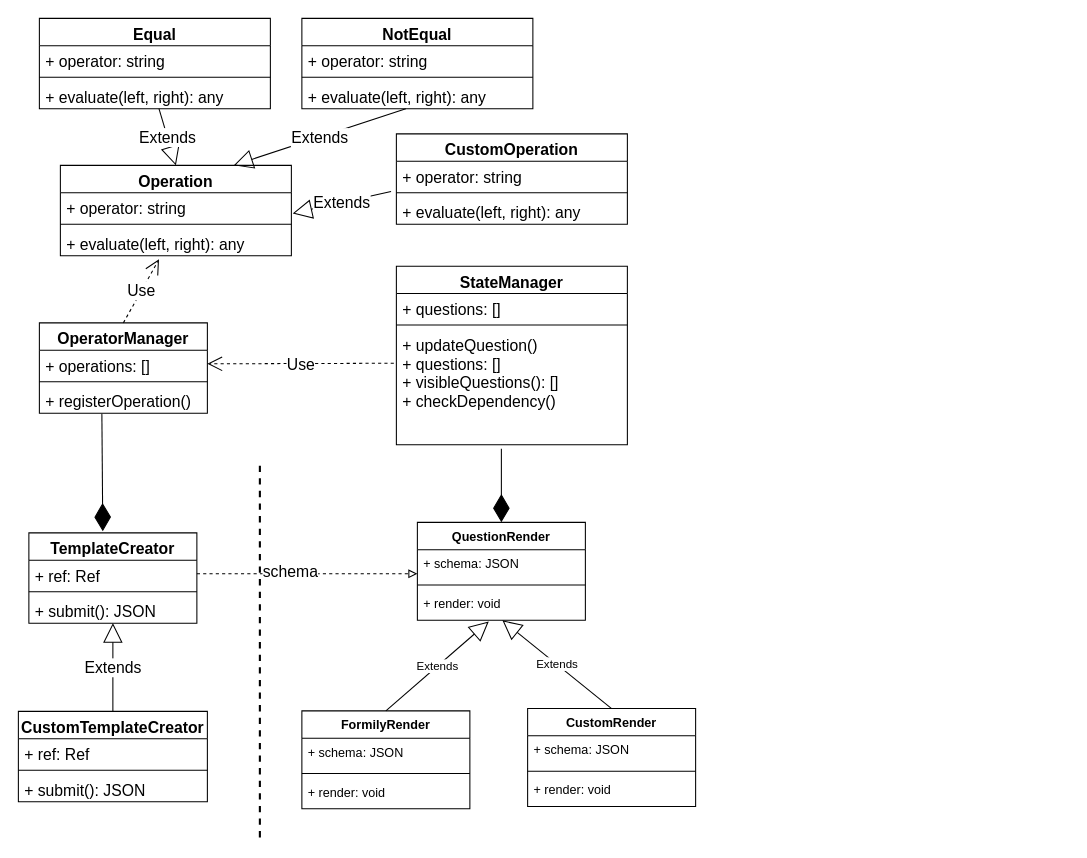
Earlier version of the draw.io diagram Questionnaire.drawio (shuangquanhuang/drawio). Source tidied: cells renumbered, new cells numbered last; positions are measured from the earlier drawing's top-left corner, leaving out a move shared by most shapes. Both pictures are drawn from the tidied source at 105%, with x=0, y=0 at pixel (18, 18).
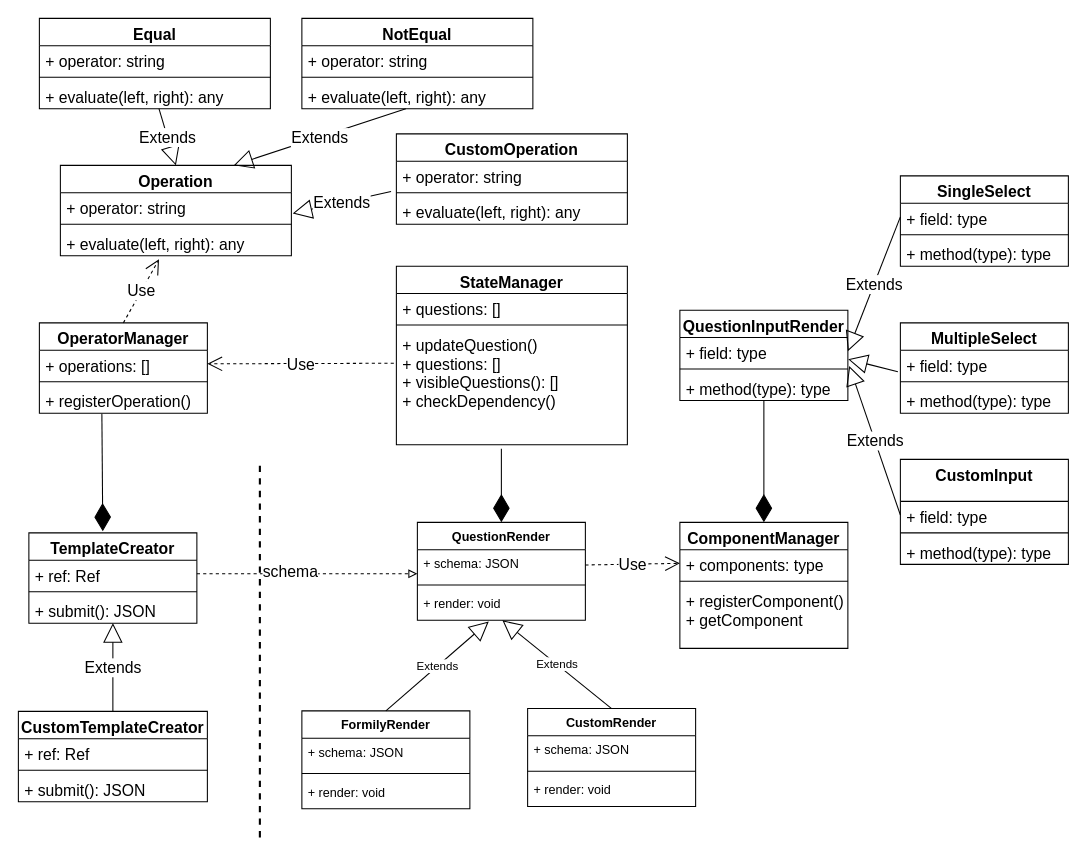
Above is the later version.

The change refers to these unchanged cells:
```xml
<mxCell id="5" value="+ schema: JSON" style="text;strokeColor=none;fillColor=none;align=left;verticalAlign=top;spacingLeft=4;spacingRight=4;overflow=hidden;points=[[0,0.5],[1,0.5]];portConstraint=eastwest;" parent="4" vertex="1">
  <mxGeometry y="26" width="160" height="29.2" as="geometry" />
</mxCell>
```

Change to the diagram source:
```diff
@@
+    <mxCell id="60" value="ComponentManager" style="swimlane;fontStyle=1;align=center;verticalAlign=top;horizontal=1;startSize=26;fontSize=15;" parent="1" vertex="1">
+      <mxGeometry x="630" y="480" width="160" height="120" as="geometry" />
+    </mxCell>
+    <mxCell id="61" value="+ components: type" style="text;strokeColor=none;fillColor=none;align=left;verticalAlign=top;spacingLeft=4;spacingRight=4;overflow=hidden;points=[[0,0.5],[1,0.5]];portConstraint=eastwest;fontSize=15;" parent="60" vertex="1">
+      <mxGeometry y="26" width="160" height="26" as="geometry" />
+    </mxCell>
+    <mxCell id="62" style="line;strokeWidth=1;fillColor=none;align=left;verticalAlign=middle;spacingTop=-1;spacingLeft=3;spacingRight=3;labelPosition=right;fontSize=15;" parent="60" vertex="1">
+      <mxGeometry y="52" width="160" height="8" as="geometry" />
+    </mxCell>
+    <mxCell id="63" value="+ registerComponent()&#10;+ getComponent" style="text;strokeColor=none;fillColor=none;align=left;verticalAlign=top;spacingLeft=4;spacingRight=4;overflow=hidden;fontSize=15;" parent="60" vertex="1">
+      <mxGeometry y="60" width="160" height="60" as="geometry" />
+    </mxCell>
+    <mxCell id="64" value="Use" style="endArrow=open;endSize=12;dashed=1;html=1;rounded=0;fontSize=15;exitX=1;exitY=0.5;exitDx=0;exitDy=0;entryX=0;entryY=0.5;entryDx=0;entryDy=0;" parent="1" edge="1" source="5" target="61">
+      <mxGeometry relative="1" as="geometry" />
+    </mxCell>
+    <mxCell id="65" value="SingleSelect" style="swimlane;fontStyle=1;align=center;verticalAlign=top;horizontal=1;startSize=26;fontSize=15;" parent="1" vertex="1">
+      <mxGeometry x="840" y="150" width="160" height="86" as="geometry" />
+    </mxCell>
+    <mxCell id="66" value="+ field: type" style="text;strokeColor=none;fillColor=none;align=left;verticalAlign=top;spacingLeft=4;spacingRight=4;overflow=hidden;points=[[0,0.5],[1,0.5]];portConstraint=eastwest;fontSize=15;" parent="65" vertex="1">
+      <mxGeometry y="26" width="160" height="26" as="geometry" />
+    </mxCell>
+    <mxCell id="67" style="line;strokeWidth=1;fillColor=none;align=left;verticalAlign=middle;spacingTop=-1;spacingLeft=3;spacingRight=3;labelPosition=right;fontSize=15;" parent="65" vertex="1">
+      <mxGeometry y="52" width="160" height="8" as="geometry" />
+    </mxCell>
+    <mxCell id="68" value="+ method(type): type" style="text;strokeColor=none;fillColor=none;align=left;verticalAlign=top;spacingLeft=4;spacingRight=4;overflow=hidden;fontSize=15;" parent="65" vertex="1">
+      <mxGeometry y="60" width="160" height="26" as="geometry" />
+    </mxCell>
+    <mxCell id="69" value="MultipleSelect" style="swimlane;fontStyle=1;align=center;verticalAlign=top;horizontal=1;startSize=26;fontSize=15;" parent="1" vertex="1">
+      <mxGeometry x="840" y="290" width="160" height="86" as="geometry" />
+    </mxCell>
+    <mxCell id="70" value="+ field: type" style="text;strokeColor=none;fillColor=none;align=left;verticalAlign=top;spacingLeft=4;spacingRight=4;overflow=hidden;points=[[0,0.5],[1,0.5]];portConstraint=eastwest;fontSize=15;" parent="69" vertex="1">
+      <mxGeometry y="26" width="160" height="26" as="geometry" />
+    </mxCell>
+    <mxCell id="71" style="line;strokeWidth=1;fillColor=none;align=left;verticalAlign=middle;spacingTop=-1;spacingLeft=3;spacingRight=3;labelPosition=right;fontSize=15;" parent="69" vertex="1">
+      <mxGeometry y="52" width="160" height="8" as="geometry" />
+    </mxCell>
+    <mxCell id="72" value="+ method(type): type" style="text;strokeColor=none;fillColor=none;align=left;verticalAlign=top;spacingLeft=4;spacingRight=4;overflow=hidden;fontSize=15;" parent="69" vertex="1">
+      <mxGeometry y="60" width="160" height="26" as="geometry" />
+    </mxCell>
+    <mxCell id="73" value="CustomInput" style="swimlane;fontStyle=1;align=center;verticalAlign=top;horizontal=1;startSize=40;fontSize=15;" parent="1" vertex="1">
+      <mxGeometry x="840" y="420" width="160" height="100" as="geometry" />
+    </mxCell>
+    <mxCell id="74" value="+ field: type" style="text;strokeColor=none;fillColor=none;align=left;verticalAlign=top;spacingLeft=4;spacingRight=4;overflow=hidden;points=[[0,0.5],[1,0.5]];portConstraint=eastwest;fontSize=15;" parent="73" vertex="1">
+      <mxGeometry y="40" width="160" height="26" as="geometry" />
+    </mxCell>
+    <mxCell id="75" style="line;strokeWidth=1;fillColor=none;align=left;verticalAlign=middle;spacingTop=-1;spacingLeft=3;spacingRight=3;labelPosition=right;fontSize=15;" parent="73" vertex="1">
+      <mxGeometry y="66" width="160" height="8" as="geometry" />
+    </mxCell>
+    <mxCell id="76" value="+ method(type): type" style="text;strokeColor=none;fillColor=none;align=left;verticalAlign=top;spacingLeft=4;spacingRight=4;overflow=hidden;fontSize=15;" parent="73" vertex="1">
+      <mxGeometry y="74" width="160" height="26" as="geometry" />
+    </mxCell>
+    <mxCell id="77" value="QuestionInputRender" style="swimlane;fontStyle=1;align=center;verticalAlign=top;horizontal=1;startSize=26;fontSize=15;" parent="1" vertex="1">
+      <mxGeometry x="630" y="278" width="160" height="86" as="geometry" />
+    </mxCell>
+    <mxCell id="78" value="+ field: type" style="text;strokeColor=none;fillColor=none;align=left;verticalAlign=top;spacingLeft=4;spacingRight=4;overflow=hidden;points=[[0,0.5],[1,0.5]];portConstraint=eastwest;fontSize=15;" parent="77" vertex="1">
+      <mxGeometry y="26" width="160" height="26" as="geometry" />
+    </mxCell>
+    <mxCell id="79" style="line;strokeWidth=1;fillColor=none;align=left;verticalAlign=middle;spacingTop=-1;spacingLeft=3;spacingRight=3;labelPosition=right;fontSize=15;" parent="77" vertex="1">
+      <mxGeometry y="52" width="160" height="8" as="geometry" />
+    </mxCell>
+    <mxCell id="80" value="+ method(type): type" style="text;strokeColor=none;fillColor=none;align=left;verticalAlign=top;spacingLeft=4;spacingRight=4;overflow=hidden;points=[[0,0.5],[1,0.5]];portConstraint=eastwest;fontSize=15;" parent="77" vertex="1">
+      <mxGeometry y="60" width="160" height="26" as="geometry" />
+    </mxCell>
+    <mxCell id="81" style="endArrow=diamondThin;endFill=1;endSize=24;html=1;rounded=0;fontSize=15;entryX=0.5;entryY=0;entryDx=0;entryDy=0;" parent="1" edge="1" source="80" target="60">
+      <mxGeometry relative="1" as="geometry" />
+    </mxCell>
+    <mxCell id="82" value="Extends" style="endArrow=block;endSize=16;endFill=0;html=1;rounded=0;fontSize=15;exitX=0;exitY=0.5;exitDx=0;exitDy=0;entryX=1;entryY=0.5;entryDx=0;entryDy=0;" parent="1" edge="1" source="66" target="78">
+      <mxGeometry relative="1" as="geometry" />
+    </mxCell>
+    <mxCell id="83" style="endArrow=block;endSize=16;endFill=0;html=1;rounded=0;fontSize=15;exitX=-0.015;exitY=0.787;exitDx=0;exitDy=0;exitPerimeter=0;entryX=1.002;entryY=0.794;entryDx=0;entryDy=0;entryPerimeter=0;" parent="1" edge="1" source="70" target="78">
+      <mxGeometry relative="1" as="geometry" />
+    </mxCell>
+    <mxCell id="84" value="Extends" style="endArrow=block;endSize=16;endFill=0;html=1;rounded=0;fontSize=15;exitX=0;exitY=0.5;exitDx=0;exitDy=0;entryX=1.008;entryY=1.038;entryDx=0;entryDy=0;entryPerimeter=0;" parent="1" edge="1" source="74" target="78">
+      <mxGeometry relative="1" as="geometry" />
+    </mxCell>
```
